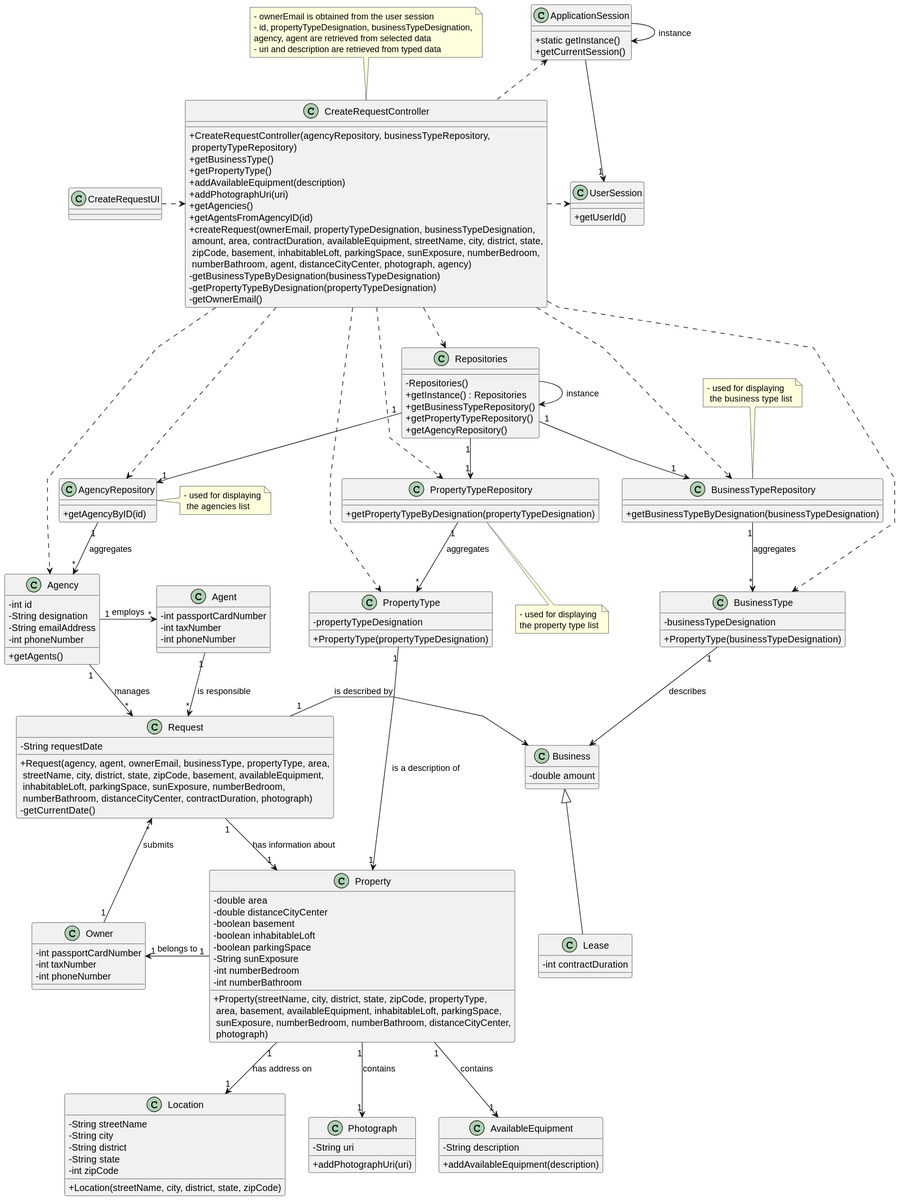
rita-barbosa/LAPR2-2223 keeps this PlantUML diagram as docs/sprintB/us004/03.design/svg/us004-class-diagram.svg. Above is the earlier version.
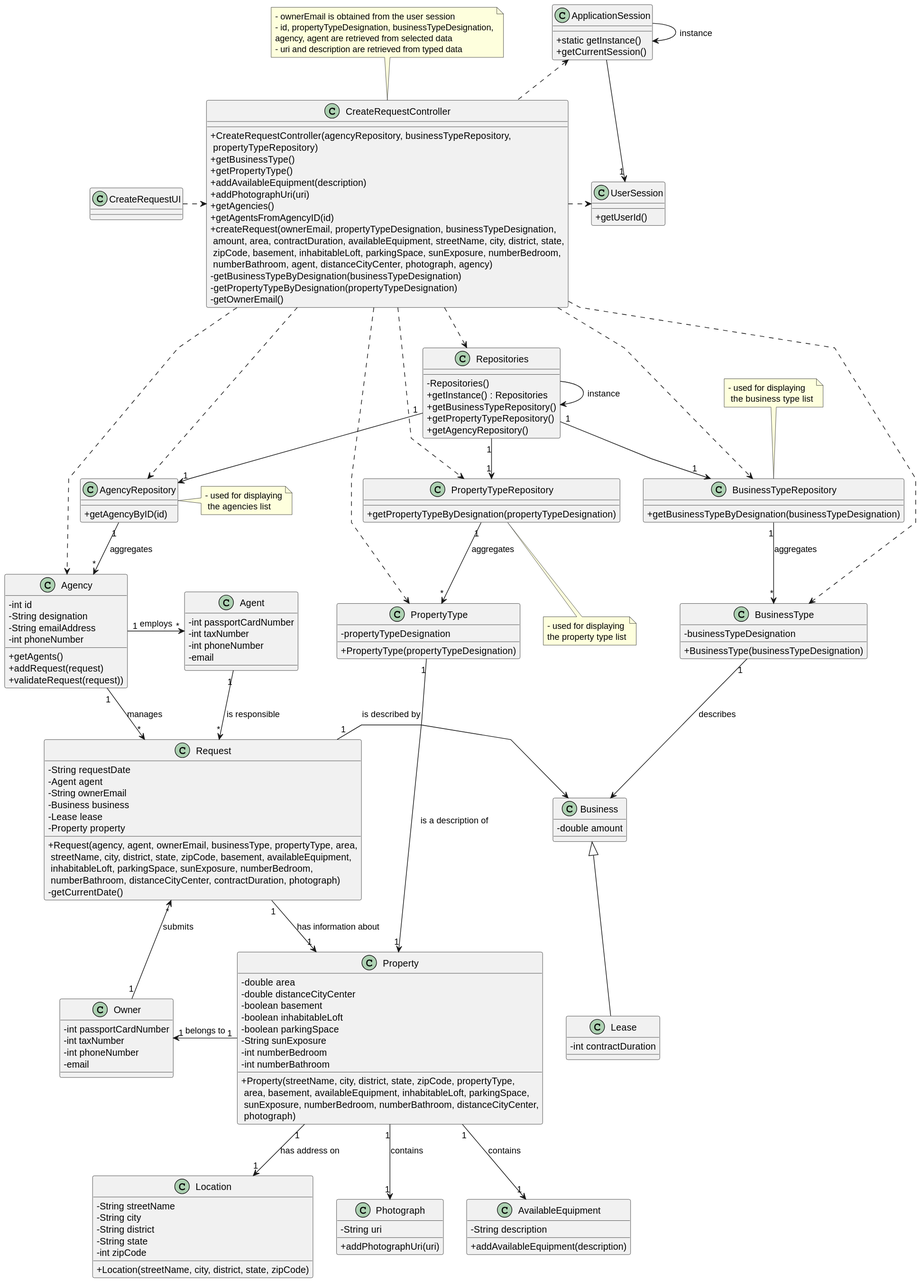
Above is the later version.

The edit, as a diff of the source:
```diff
@@ -10,6 +10,7 @@
     - int passportCardNumber
     - int taxNumber
     - int phoneNumber
+    - email
 }
 
 class CreateRequestUI {}
@@ -60,7 +61,7 @@
 
 class BusinessType {
     - businessTypeDesignation
-    + PropertyType(businessTypeDesignation)
+    + BusinessType(businessTypeDesignation)
 }
 
 class AgencyRepository {
@@ -77,12 +78,15 @@
     - String emailAddress
     - int phoneNumber
     + getAgents()
+    + addRequest(request)
+    + validateRequest(request))
 }
 
 class Agent {
     - int passportCardNumber
     - int taxNumber
     - int phoneNumber
+    - email
 }
 
 class Repositories {
@@ -137,6 +141,11 @@
 
 class Request{
     - String requestDate
+    - Agent agent
+    - String ownerEmail
+    - Business business
+    - Lease lease
+    - Property property
     + Request(agency, agent, ownerEmail, businessType, propertyType, area,\n streetName, city, district, state, zipCode, basement, availableEquipment,\n inhabitableLoft, parkingSpace, sunExposure, numberBedroom,\n numberBathroom, distanceCityCenter, contractDuration, photograph)
     - getCurrentDate()
 }
```
